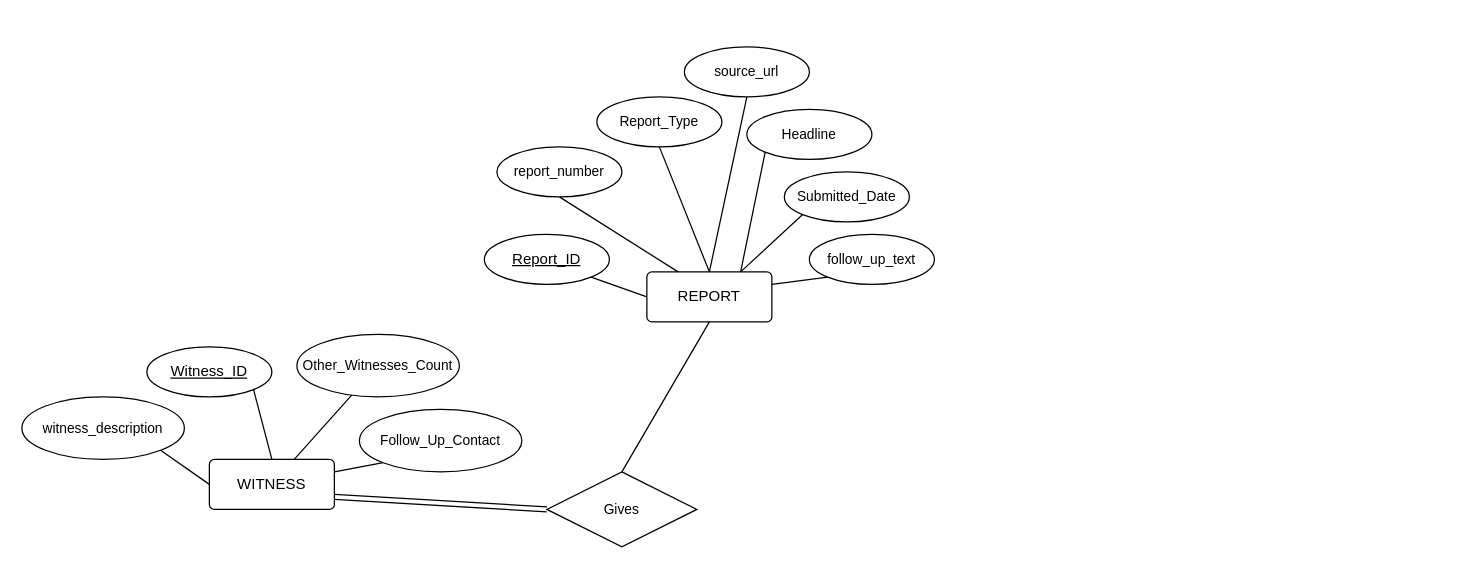
Above: bigfoot-diagrams.drawio in Bigfoot-In-Ass/bigfoot-sighting-db (draw.io), before the change. Source tidied: cells renumbered, new cells numbered last; positions are measured from the earlier drawing's top-left corner, leaving out a move shared by most shapes. Both pictures are drawn from the tidied source at 125%, with x=0, y=0 at pixel (21, 46).
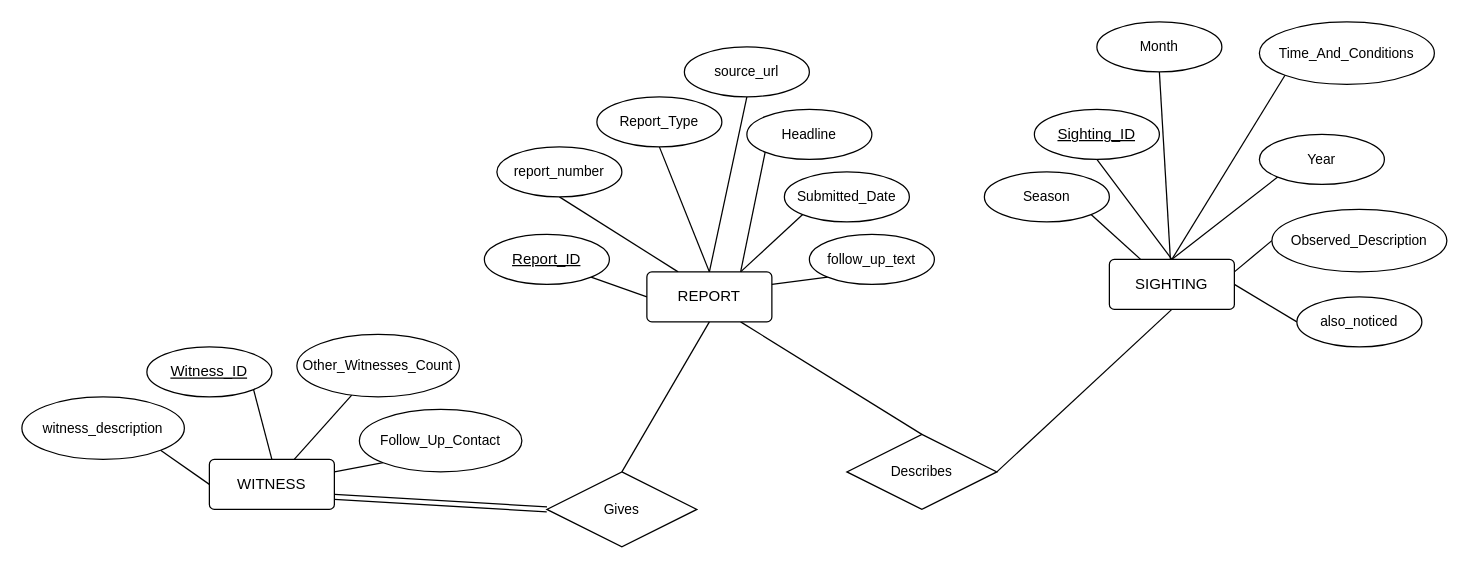
After the change.

Commit message:
resource.erd: Added `SIGHTING` Entity

Unchanged cells that the change refers to:
```xml
<mxCell id="3" value="REPORT" style="rounded=1;arcSize=10;whiteSpace=wrap;html=1;align=center;" parent="1" vertex="1">
  <mxGeometry x="500" y="180" width="100" height="40" as="geometry" />
</mxCell>
```

What changed in the source:
```diff
@@
+    <mxCell id="29" style="edgeStyle=none;shape=connector;rounded=1;html=1;exitX=0.75;exitY=1;exitDx=0;exitDy=0;entryX=0.5;entryY=0;entryDx=0;entryDy=0;strokeColor=default;align=center;verticalAlign=middle;fontFamily=Helvetica;fontSize=11;fontColor=default;labelBackgroundColor=default;endArrow=none;endFill=0;" parent="1" edge="1" source="3" target="46">
+      <mxGeometry relative="1" as="geometry" />
+    </mxCell>
@@
+    <mxCell id="30" style="edgeStyle=none;shape=connector;rounded=1;html=1;exitX=0.5;exitY=0;exitDx=0;exitDy=0;entryX=0.5;entryY=1;entryDx=0;entryDy=0;strokeColor=default;align=center;verticalAlign=middle;fontFamily=Helvetica;fontSize=11;fontColor=default;labelBackgroundColor=default;endArrow=none;endFill=0;" parent="1" edge="1" source="31" target="32">
+      <mxGeometry relative="1" as="geometry" />
+    </mxCell>
+    <mxCell id="31" value="SIGHTING" style="rounded=1;arcSize=10;whiteSpace=wrap;html=1;align=center;" parent="1" vertex="1">
+      <mxGeometry x="870" y="170" width="100" height="40" as="geometry" />
+    </mxCell>
+    <mxCell id="32" value="Sighting_ID" style="ellipse;whiteSpace=wrap;html=1;align=center;fontStyle=4;" parent="1" vertex="1">
+      <mxGeometry x="810" y="50" width="100" height="40" as="geometry" />
+    </mxCell>
+    <mxCell id="33" style="edgeStyle=none;shape=connector;rounded=1;html=1;exitX=0;exitY=1;exitDx=0;exitDy=0;entryX=0.5;entryY=0;entryDx=0;entryDy=0;strokeColor=default;align=center;verticalAlign=middle;fontFamily=Helvetica;fontSize=11;fontColor=default;labelBackgroundColor=default;endArrow=none;endFill=0;" parent="1" edge="1" source="34" target="31">
+      <mxGeometry relative="1" as="geometry" />
+    </mxCell>
+    <mxCell id="34" value="Year" style="ellipse;whiteSpace=wrap;html=1;align=center;fontFamily=Helvetica;fontSize=11;fontColor=default;labelBackgroundColor=default;" parent="1" vertex="1">
+      <mxGeometry x="990" y="70" width="100" height="40" as="geometry" />
+    </mxCell>
+    <mxCell id="35" style="edgeStyle=none;shape=connector;rounded=1;html=1;exitX=1;exitY=1;exitDx=0;exitDy=0;entryX=0.25;entryY=0;entryDx=0;entryDy=0;strokeColor=default;align=center;verticalAlign=middle;fontFamily=Helvetica;fontSize=11;fontColor=default;labelBackgroundColor=default;endArrow=none;endFill=0;" parent="1" edge="1" source="36" target="31">
+      <mxGeometry relative="1" as="geometry" />
+    </mxCell>
+    <mxCell id="36" value="Season" style="ellipse;whiteSpace=wrap;html=1;align=center;fontFamily=Helvetica;fontSize=11;fontColor=default;labelBackgroundColor=default;" parent="1" vertex="1">
+      <mxGeometry x="770" y="100" width="100" height="40" as="geometry" />
+    </mxCell>
+    <mxCell id="37" style="edgeStyle=none;shape=connector;rounded=1;html=1;exitX=0.5;exitY=1;exitDx=0;exitDy=0;strokeColor=default;align=center;verticalAlign=middle;fontFamily=Helvetica;fontSize=11;fontColor=default;labelBackgroundColor=default;endArrow=none;endFill=0;" parent="1" edge="1" source="38" target="31">
+      <mxGeometry relative="1" as="geometry" />
+    </mxCell>
+    <mxCell id="38" value="Month" style="ellipse;whiteSpace=wrap;html=1;align=center;fontFamily=Helvetica;fontSize=11;fontColor=default;labelBackgroundColor=default;" parent="1" vertex="1">
+      <mxGeometry x="860" y="-20" width="100" height="40" as="geometry" />
+    </mxCell>
+    <mxCell id="39" style="edgeStyle=none;shape=connector;rounded=1;html=1;exitX=0;exitY=1;exitDx=0;exitDy=0;strokeColor=default;align=center;verticalAlign=middle;fontFamily=Helvetica;fontSize=11;fontColor=default;labelBackgroundColor=default;endArrow=none;endFill=0;" parent="1" edge="1" source="40">
+      <mxGeometry relative="1" as="geometry">
+        <mxPoint x="920" y="170" as="targetPoint" />
+      </mxGeometry>
+    </mxCell>
+    <mxCell id="40" value="Time_And_Conditions" style="ellipse;whiteSpace=wrap;html=1;align=center;fontFamily=Helvetica;fontSize=11;fontColor=default;labelBackgroundColor=default;" parent="1" vertex="1">
+      <mxGeometry x="990" y="-20" width="140" height="50" as="geometry" />
+    </mxCell>
+    <mxCell id="41" style="edgeStyle=none;shape=connector;rounded=1;html=1;exitX=0;exitY=0.5;exitDx=0;exitDy=0;entryX=1;entryY=0.25;entryDx=0;entryDy=0;strokeColor=default;align=center;verticalAlign=middle;fontFamily=Helvetica;fontSize=11;fontColor=default;labelBackgroundColor=default;endArrow=none;endFill=0;" parent="1" edge="1" source="42" target="31">
+      <mxGeometry relative="1" as="geometry" />
+    </mxCell>
+    <mxCell id="42" value="Observed_Description" style="ellipse;whiteSpace=wrap;html=1;align=center;fontFamily=Helvetica;fontSize=11;fontColor=default;labelBackgroundColor=default;" parent="1" vertex="1">
+      <mxGeometry x="1000" y="130" width="140" height="50" as="geometry" />
+    </mxCell>
+    <mxCell id="43" style="edgeStyle=none;shape=connector;rounded=1;html=1;exitX=0;exitY=0.5;exitDx=0;exitDy=0;entryX=1;entryY=0.5;entryDx=0;entryDy=0;strokeColor=default;align=center;verticalAlign=middle;fontFamily=Helvetica;fontSize=11;fontColor=default;labelBackgroundColor=default;endArrow=none;endFill=0;" parent="1" edge="1" source="44" target="31">
+      <mxGeometry relative="1" as="geometry" />
+    </mxCell>
+    <mxCell id="44" value="also_noticed" style="ellipse;whiteSpace=wrap;html=1;align=center;fontFamily=Helvetica;fontSize=11;fontColor=default;labelBackgroundColor=default;" parent="1" vertex="1">
+      <mxGeometry x="1020" y="200" width="100" height="40" as="geometry" />
+    </mxCell>
+    <mxCell id="45" style="edgeStyle=none;shape=connector;rounded=1;html=1;exitX=1;exitY=0.5;exitDx=0;exitDy=0;entryX=0.5;entryY=1;entryDx=0;entryDy=0;strokeColor=default;align=center;verticalAlign=middle;fontFamily=Helvetica;fontSize=11;fontColor=default;labelBackgroundColor=default;endArrow=none;endFill=0;" parent="1" edge="1" source="46" target="31">
+      <mxGeometry relative="1" as="geometry" />
+    </mxCell>
+    <mxCell id="46" value="Describes" style="shape=rhombus;perimeter=rhombusPerimeter;whiteSpace=wrap;html=1;align=center;fontFamily=Helvetica;fontSize=11;fontColor=default;labelBackgroundColor=default;" parent="1" vertex="1">
+      <mxGeometry x="660" y="310" width="120" height="60" as="geometry" />
+    </mxCell>
```
